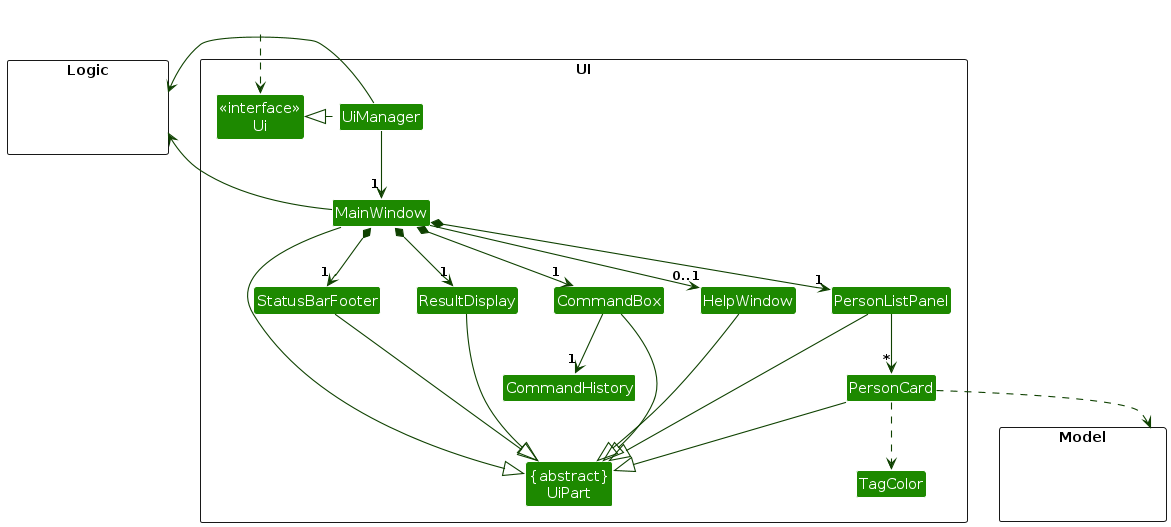
Before: diagrams/UiClassDiagram.png, a diagram exported from PlantUML (AY2627S1-CS2103T-T08-4/tp). Its source is kept beside it as diagrams/UiClassDiagram.puml. Source of this version:
```plantuml
@startuml
!include style.puml
skinparam arrowThickness 1.1
skinparam arrowColor UI_COLOR_T4
skinparam classBackgroundColor UI_COLOR

package UI <<Rectangle>>{
Class "<<interface>>\nUi" as Ui
Class "{abstract}\nUiPart" as UiPart
Class UiManager
Class MainWindow
Class HelpWindow
Class ResultDisplay
Class PersonListPanel
Class PersonCard
Class TagColor
Class StatusBarFooter
Class CommandBox
Class CommandHistory
}

package Model <<Rectangle>> {
Class HiddenModel #FFFFFF
}

package Logic <<Rectangle>> {
Class HiddenLogic #FFFFFF
}

Class HiddenOutside #FFFFFF
HiddenOutside ..> Ui

UiManager .left.|> Ui
UiManager -down-> "1" MainWindow
MainWindow *-down->  "1" CommandBox
CommandBox -down-> "1" CommandHistory
MainWindow *-down-> "1" ResultDisplay
MainWindow *-down-> "1" PersonListPanel
MainWindow *-down-> "1" StatusBarFooter
MainWindow --> "0..1" HelpWindow

PersonListPanel -down-> "*" PersonCard
PersonCard ..> TagColor

MainWindow -left-|> UiPart

ResultDisplay --|> UiPart
CommandBox --|> UiPart
PersonListPanel --|> UiPart
PersonCard --|> UiPart
StatusBarFooter --|> UiPart
HelpWindow --|> UiPart

PersonCard ..> Model
UiManager -right-> Logic
MainWindow -left-> Logic

PersonListPanel -[hidden]left- HelpWindow
HelpWindow -[hidden]left- CommandBox
CommandBox -[hidden]left- ResultDisplay
ResultDisplay -[hidden]left- StatusBarFooter

MainWindow -[hidden]-|> UiPart
@enduml
```
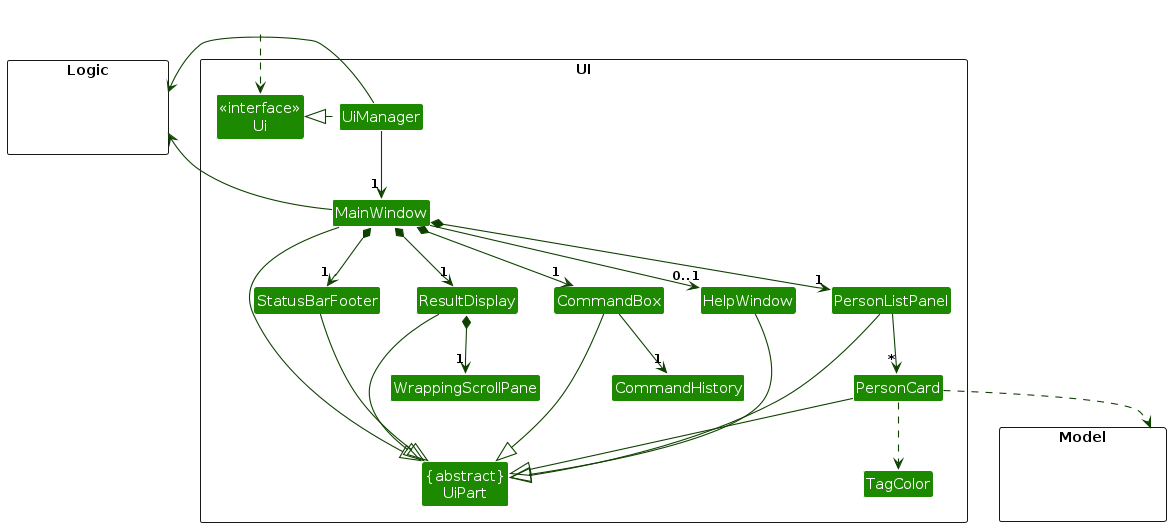
After the change.

What changed in the source:
```diff
@@ -11,6 +11,7 @@
 Class MainWindow
 Class HelpWindow
 Class ResultDisplay
+Class WrappingScrollPane
 Class PersonListPanel
 Class PersonCard
 Class TagColor
@@ -35,6 +36,7 @@
 MainWindow *-down->  "1" CommandBox
 CommandBox -down-> "1" CommandHistory
 MainWindow *-down-> "1" ResultDisplay
+ResultDisplay *-down-> "1" WrappingScrollPane
 MainWindow *-down-> "1" PersonListPanel
 MainWindow *-down-> "1" StatusBarFooter
 MainWindow --> "0..1" HelpWindow
```
